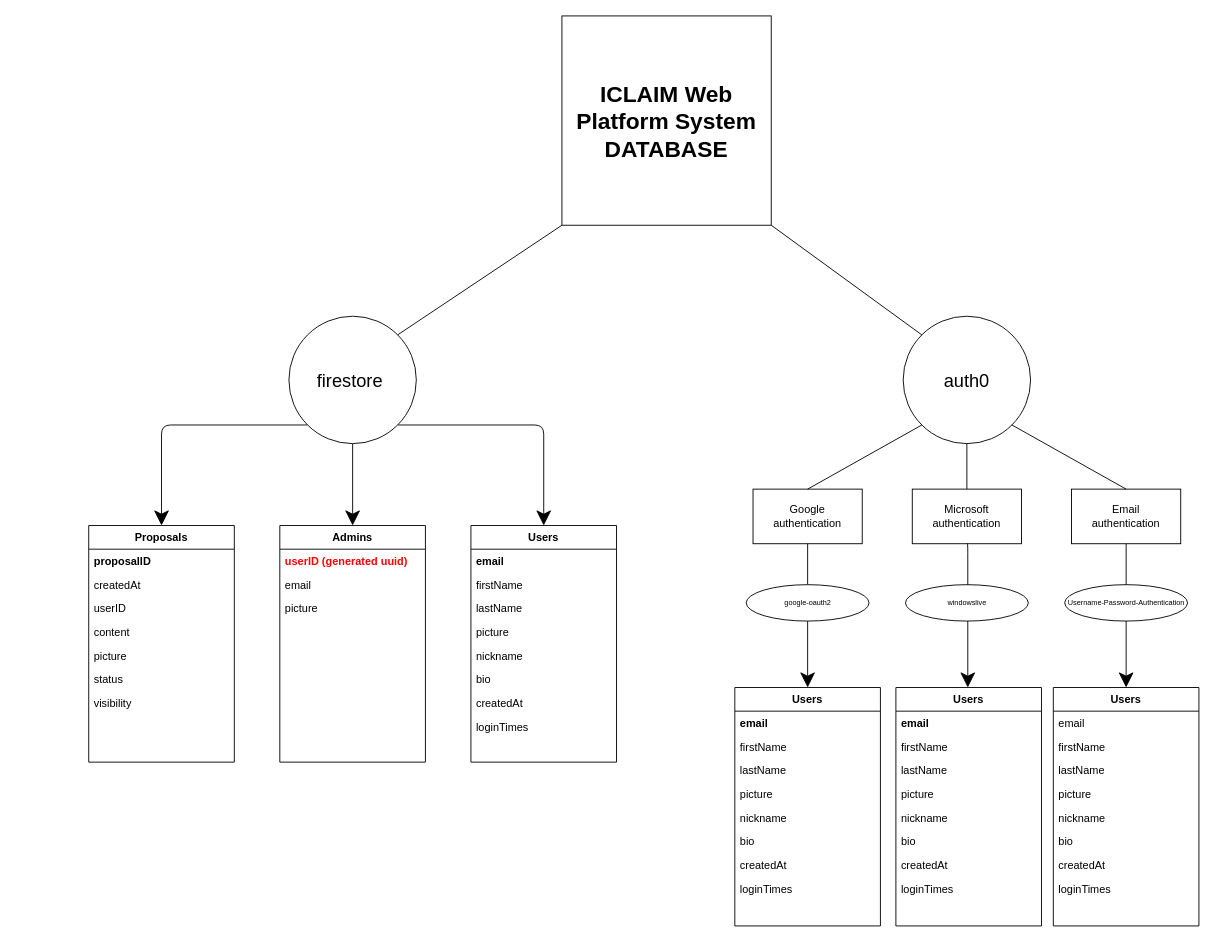
Above: iCLAIM DB.drawio in AGEORGIOU4/Social-Mediators-Network (draw.io), before the change. Source tidied: cells renumbered, new cells numbered last; positions are measured from the earlier drawing's top-left corner, leaving out a move shared by most shapes. Both pictures are drawn from the tidied source at 91%, with x=0, y=0 at pixel (88, 15).
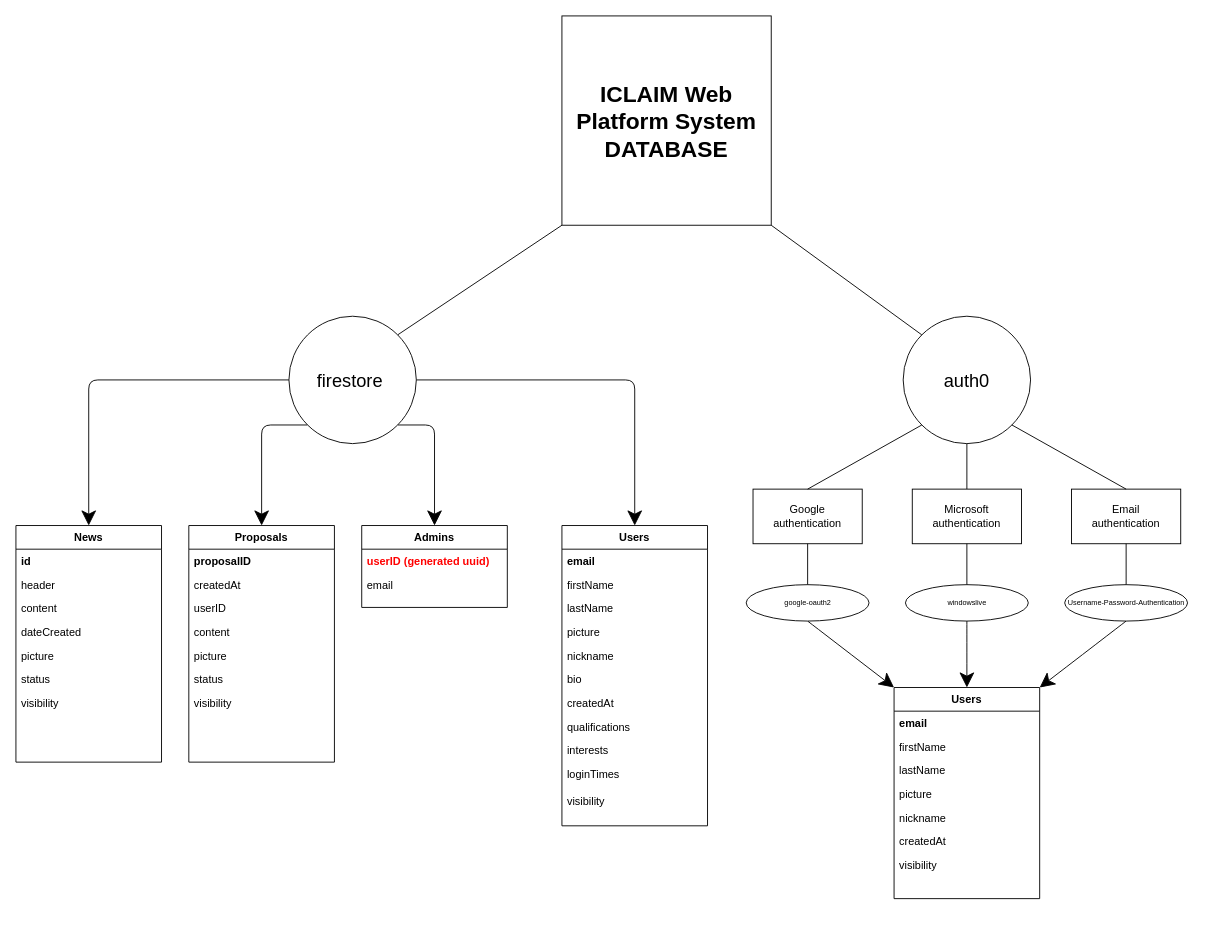
The same diagram, later.

The change refers to these unchanged cells:
```xml
<mxCell id="14" style="rounded=0;whiteSpace=wrap;html=1;hachureGap=4;fontSize=20;" parent="13" vertex="1">
  <mxGeometry width="120" height="60" as="geometry" />
</mxCell>
<mxCell id="18" style="rounded=0;whiteSpace=wrap;html=1;hachureGap=4;fontSize=20;" parent="17" vertex="1">
  <mxGeometry width="120" height="60" as="geometry" />
</mxCell>
<mxCell id="21" style="rounded=0;whiteSpace=wrap;html=1;hachureGap=4;fontSize=20;" parent="20" vertex="1">
  <mxGeometry width="120" height="60" as="geometry" />
</mxCell>
<mxCell id="30" value="firestore&amp;nbsp;" style="ellipse;whiteSpace=wrap;html=1;hachureGap=4;fontSize=20;" parent="1" vertex="1">
  <mxGeometry x="220" y="330" width="140" height="140" as="geometry" />
</mxCell>
<mxCell id="44" value="&lt;font style=&quot;font-size: 8px;&quot;&gt;Username-Password-Authentication&lt;/font&gt;" style="ellipse;whiteSpace=wrap;html=1;hachureGap=4;fontSize=8;" parent="1" vertex="1">
  <mxGeometry x="1072.5" y="625" width="135" height="40" as="geometry" />
</mxCell>
<mxCell id="45" value="&lt;font style=&quot;font-size: 8px&quot;&gt;google-oauth2&lt;/font&gt;" style="ellipse;whiteSpace=wrap;html=1;hachureGap=4;fontSize=8;" parent="1" vertex="1">
  <mxGeometry x="722.5" y="625" width="135" height="40" as="geometry" />
</mxCell>
<mxCell id="46" value="&lt;font style=&quot;font-size: 8px&quot;&gt;windowslive&lt;/font&gt;" style="ellipse;whiteSpace=wrap;html=1;hachureGap=4;fontSize=8;" parent="1" vertex="1">
  <mxGeometry x="897.5" y="625" width="135" height="40" as="geometry" />
</mxCell>
```

Change to the diagram source:
```diff
@@
-    <mxCell id="4" value="Users" style="swimlane;fontStyle=1;align=center;verticalAlign=top;horizontal=1;startSize=26;rounded=0;shadow=0;strokeWidth=1;" parent="1" vertex="1">
-      <mxGeometry x="710" y="738" width="160" height="262" as="geometry" />
-    </mxCell>
-    <mxCell id="5" value="email" style="text;align=left;verticalAlign=top;spacingLeft=4;spacingRight=4;overflow=hidden;fontStyle=1;" parent="4" vertex="1">
-      <mxGeometry y="26" width="160" height="26" as="geometry" />
-    </mxCell>
-    <mxCell id="6" value="firstName" style="text;align=left;verticalAlign=top;spacingLeft=4;spacingRight=4;overflow=hidden;rounded=0;shadow=0;html=0;" parent="4" vertex="1">
-      <mxGeometry y="52" width="160" height="26" as="geometry" />
-    </mxCell>
-    <mxCell id="7" value="lastName" style="text;align=left;verticalAlign=top;spacingLeft=4;spacingRight=4;overflow=hidden;rounded=0;shadow=0;html=0;" parent="4" vertex="1">
-      <mxGeometry y="78" width="160" height="26" as="geometry" />
-    </mxCell>
-    <mxCell id="8" value="picture" style="text;align=left;verticalAlign=top;spacingLeft=4;spacingRight=4;overflow=hidden;rounded=0;shadow=0;html=0;" parent="4" vertex="1">
-      <mxGeometry y="104" width="160" height="26" as="geometry" />
-    </mxCell>
-    <mxCell id="9" value="nickname" style="text;align=left;verticalAlign=top;spacingLeft=4;spacingRight=4;overflow=hidden;rounded=0;shadow=0;html=0;" parent="4" vertex="1">
-      <mxGeometry y="130" width="160" height="26" as="geometry" />
-    </mxCell>
-    <mxCell id="10" value="bio" style="text;align=left;verticalAlign=top;spacingLeft=4;spacingRight=4;overflow=hidden;rounded=0;shadow=0;html=0;" parent="4" vertex="1">
-      <mxGeometry y="156" width="160" height="26" as="geometry" />
-    </mxCell>
-    <mxCell id="11" value="createdAt" style="text;align=left;verticalAlign=top;spacingLeft=4;spacingRight=4;overflow=hidden;rounded=0;shadow=0;html=0;" parent="4" vertex="1">
-      <mxGeometry y="182" width="160" height="26" as="geometry" />
-    </mxCell>
-    <mxCell id="12" value="loginTimes" style="text;align=left;verticalAlign=top;spacingLeft=4;spacingRight=4;overflow=hidden;rounded=0;shadow=0;html=0;" parent="4" vertex="1">
-      <mxGeometry y="208" width="160" height="26" as="geometry" />
-    </mxCell>
@@
-    <mxCell id="27" style="edgeStyle=segmentEdgeStyle;jettySize=auto;html=1;exitX=1;exitY=1;exitDx=0;exitDy=0;entryX=0.5;entryY=0;entryDx=0;entryDy=0;fontSize=8;startSize=14;endSize=14;sourcePerimeterSpacing=8;targetPerimeterSpacing=8;" parent="1" edge="1" source="30" target="56">
+    <mxCell id="27" style="edgeStyle=segmentEdgeStyle;jettySize=auto;html=1;exitX=1;exitY=0.5;exitDx=0;exitDy=0;entryX=0.5;entryY=0;entryDx=0;entryDy=0;fontSize=8;startSize=14;endSize=14;sourcePerimeterSpacing=8;targetPerimeterSpacing=8;" parent="1" edge="1" source="30" target="56">
       <mxGeometry relative="1" as="geometry" />
     </mxCell>
-    <mxCell id="28" style="edgeStyle=segmentEdgeStyle;jettySize=auto;html=1;exitX=0.5;exitY=1;exitDx=0;exitDy=0;entryX=0.5;entryY=0;entryDx=0;entryDy=0;fontSize=8;startSize=14;endSize=14;sourcePerimeterSpacing=8;targetPerimeterSpacing=8;" parent="1" edge="1" source="30" target="65">
+    <mxCell id="28" style="edgeStyle=segmentEdgeStyle;jettySize=auto;html=1;exitX=1;exitY=1;exitDx=0;exitDy=0;entryX=0.5;entryY=0;entryDx=0;entryDy=0;fontSize=8;startSize=14;endSize=14;sourcePerimeterSpacing=8;targetPerimeterSpacing=8;" parent="1" edge="1" source="30" target="65">
       <mxGeometry relative="1" as="geometry" />
     </mxCell>
@@
+    <mxCell id="77" style="edgeStyle=segmentEdgeStyle;jettySize=auto;html=1;exitX=0;exitY=0.5;exitDx=0;exitDy=0;entryX=0.5;entryY=0;entryDx=0;entryDy=0;fontSize=8;startSize=14;endSize=14;sourcePerimeterSpacing=8;targetPerimeterSpacing=8;" parent="1" edge="1" source="30" target="88">
+      <mxGeometry relative="1" as="geometry" />
+    </mxCell>
@@
-    <mxCell id="31" style="edgeStyle=segmentEdgeStyle;jettySize=auto;html=1;exitX=0.5;exitY=1;exitDx=0;exitDy=0;entryX=0.5;entryY=0;entryDx=0;entryDy=0;fontSize=12;startSize=14;endSize=14;targetPerimeterSpacing=8;startArrow=none;" parent="1" edge="1" target="4">
-      <mxGeometry relative="1" as="geometry">
-        <mxPoint x="790" y="665" as="sourcePoint" />
-      </mxGeometry>
-    </mxCell>
-    <mxCell id="32" style="edgeStyle=segmentEdgeStyle;jettySize=auto;html=1;exitX=0.5;exitY=1;exitDx=0;exitDy=0;entryX=0.5;entryY=0;entryDx=0;entryDy=0;fontSize=12;startSize=14;endSize=14;sourcePerimeterSpacing=8;targetPerimeterSpacing=8;" parent="1" edge="1" source="18">
-      <mxGeometry relative="1" as="geometry">
-        <mxPoint x="966" y="738" as="targetPoint" />
-      </mxGeometry>
-    </mxCell>
-    <mxCell id="33" style="edgeStyle=segmentEdgeStyle;jettySize=auto;html=1;exitX=0.5;exitY=1;exitDx=0;exitDy=0;fontSize=12;startSize=14;endSize=14;sourcePerimeterSpacing=8;targetPerimeterSpacing=8;entryX=0.5;entryY=0;entryDx=0;entryDy=0;" parent="1" edge="1" source="21" target="34">
-      <mxGeometry relative="1" as="geometry" />
-    </mxCell>
-    <mxCell id="34" value="Users" style="swimlane;fontStyle=1;align=center;verticalAlign=top;horizontal=1;startSize=26;rounded=0;shadow=0;strokeWidth=1;" parent="1" vertex="1">
-      <mxGeometry x="1060" y="738" width="160" height="262" as="geometry" />
-    </mxCell>
-    <mxCell id="35" value="email" style="text;align=left;verticalAlign=top;spacingLeft=4;spacingRight=4;overflow=hidden;" parent="34" vertex="1">
-      <mxGeometry y="26" width="160" height="26" as="geometry" />
-    </mxCell>
-    <mxCell id="36" value="firstName" style="text;align=left;verticalAlign=top;spacingLeft=4;spacingRight=4;overflow=hidden;rounded=0;shadow=0;html=0;" parent="34" vertex="1">
-      <mxGeometry y="52" width="160" height="26" as="geometry" />
-    </mxCell>
-    <mxCell id="37" value="lastName" style="text;align=left;verticalAlign=top;spacingLeft=4;spacingRight=4;overflow=hidden;rounded=0;shadow=0;html=0;" parent="34" vertex="1">
-      <mxGeometry y="78" width="160" height="26" as="geometry" />
-    </mxCell>
-    <mxCell id="38" value="picture" style="text;align=left;verticalAlign=top;spacingLeft=4;spacingRight=4;overflow=hidden;rounded=0;shadow=0;html=0;" parent="34" vertex="1">
-      <mxGeometry y="104" width="160" height="26" as="geometry" />
-    </mxCell>
-    <mxCell id="39" value="nickname" style="text;align=left;verticalAlign=top;spacingLeft=4;spacingRight=4;overflow=hidden;rounded=0;shadow=0;html=0;" parent="34" vertex="1">
-      <mxGeometry y="130" width="160" height="26" as="geometry" />
-    </mxCell>
-    <mxCell id="40" value="bio" style="text;align=left;verticalAlign=top;spacingLeft=4;spacingRight=4;overflow=hidden;rounded=0;shadow=0;html=0;" parent="34" vertex="1">
-      <mxGeometry y="156" width="160" height="26" as="geometry" />
-    </mxCell>
-    <mxCell id="41" value="createdAt" style="text;align=left;verticalAlign=top;spacingLeft=4;spacingRight=4;overflow=hidden;rounded=0;shadow=0;html=0;" parent="34" vertex="1">
-      <mxGeometry y="182" width="160" height="26" as="geometry" />
-    </mxCell>
-    <mxCell id="42" value="loginTimes" style="text;align=left;verticalAlign=top;spacingLeft=4;spacingRight=4;overflow=hidden;rounded=0;shadow=0;html=0;" parent="34" vertex="1">
-      <mxGeometry y="208" width="160" height="26" as="geometry" />
-    </mxCell>
-    <mxCell id="43" style="edgeStyle=segmentEdgeStyle;jettySize=auto;html=1;exitX=0.5;exitY=1;exitDx=0;exitDy=0;entryX=0.5;entryY=0;entryDx=0;entryDy=0;fontSize=12;startSize=14;endSize=14;sourcePerimeterSpacing=8;endArrow=none;" parent="1" edge="1" source="14">
-      <mxGeometry relative="1" as="geometry">
-        <mxPoint x="790" y="625" as="targetPoint" />
-      </mxGeometry>
-    </mxCell>
+    <mxCell id="78" style="edgeStyle=none;curved=1;jettySize=auto;html=1;exitX=0.5;exitY=1;exitDx=0;exitDy=0;entryX=1;entryY=0;entryDx=0;entryDy=0;fontSize=12;startSize=14;endSize=14;sourcePerimeterSpacing=8;targetPerimeterSpacing=8;" parent="1" edge="1" source="44" target="47">
+      <mxGeometry relative="1" as="geometry" />
+    </mxCell>
@@
+    <mxCell id="79" style="edgeStyle=none;curved=1;jettySize=auto;html=1;exitX=0.5;exitY=1;exitDx=0;exitDy=0;entryX=0;entryY=0;entryDx=0;entryDy=0;fontSize=12;startSize=14;endSize=14;sourcePerimeterSpacing=8;targetPerimeterSpacing=8;" parent="1" edge="1" source="45" target="47">
+      <mxGeometry relative="1" as="geometry" />
+    </mxCell>
@@
+    <mxCell id="80" style="edgeStyle=none;curved=1;jettySize=auto;html=1;exitX=0.5;exitY=1;exitDx=0;exitDy=0;entryX=0.5;entryY=0;entryDx=0;entryDy=0;fontSize=12;startSize=14;endSize=14;sourcePerimeterSpacing=8;targetPerimeterSpacing=8;" parent="1" edge="1" source="46" target="47">
+      <mxGeometry relative="1" as="geometry" />
+    </mxCell>
@@
     <mxCell id="47" value="Users" style="swimlane;fontStyle=1;align=center;verticalAlign=top;horizontal=1;startSize=26;rounded=0;shadow=0;strokeWidth=1;" parent="1" vertex="1">
-      <mxGeometry x="887" y="738" width="160" height="262" as="geometry" />
+      <mxGeometry x="885" y="738" width="160" height="232" as="geometry" />
     </mxCell>
@@
-    <mxCell id="53" value="bio" style="text;align=left;verticalAlign=top;spacingLeft=4;spacingRight=4;overflow=hidden;rounded=0;shadow=0;html=0;" parent="47" vertex="1">
-      <mxGeometry y="156" width="160" height="26" as="geometry" />
-    </mxCell>
     <mxCell id="54" value="createdAt" style="text;align=left;verticalAlign=top;spacingLeft=4;spacingRight=4;overflow=hidden;rounded=0;shadow=0;html=0;" parent="47" vertex="1">
-      <mxGeometry y="182" width="160" height="26" as="geometry" />
+      <mxGeometry y="156" width="160" height="26" as="geometry" />
     </mxCell>
-    <mxCell id="55" value="loginTimes" style="text;align=left;verticalAlign=top;spacingLeft=4;spacingRight=4;overflow=hidden;rounded=0;shadow=0;html=0;" parent="47" vertex="1">
-      <mxGeometry y="208" width="160" height="26" as="geometry" />
-    </mxCell>
+    <mxCell id="81" value="visibility" style="text;align=left;verticalAlign=top;spacingLeft=4;spacingRight=4;overflow=hidden;rounded=0;shadow=0;html=0;" parent="47" vertex="1">
+      <mxGeometry y="182" width="160" height="26" as="geometry" />
+    </mxCell>
     <mxCell id="56" value="Users" style="swimlane;fontStyle=1;align=center;verticalAlign=top;horizontal=1;startSize=26;rounded=0;shadow=0;strokeWidth=1;" parent="1" vertex="1">
-      <mxGeometry x="420" y="560" width="160" height="260" as="geometry" />
+      <mxGeometry x="520" y="560" width="160" height="330" as="geometry" />
     </mxCell>
@@
-    <mxCell id="64" value="loginTimes" style="text;align=left;verticalAlign=top;spacingLeft=4;spacingRight=4;overflow=hidden;rounded=0;shadow=0;html=0;" parent="56" vertex="1">
+    <mxCell id="64" value="qualifications" style="text;align=left;verticalAlign=top;spacingLeft=4;spacingRight=4;overflow=hidden;rounded=0;shadow=0;html=0;" parent="56" vertex="1">
       <mxGeometry y="208" width="160" height="26" as="geometry" />
     </mxCell>
+    <mxCell id="82" value="interests" style="text;align=left;verticalAlign=top;spacingLeft=4;spacingRight=4;overflow=hidden;rounded=0;shadow=0;html=0;" parent="56" vertex="1">
+      <mxGeometry y="234" width="160" height="26" as="geometry" />
+    </mxCell>
+    <mxCell id="83" value="loginTimes" style="text;align=left;verticalAlign=top;spacingLeft=4;spacingRight=4;overflow=hidden;rounded=0;shadow=0;html=0;" parent="56" vertex="1">
+      <mxGeometry y="260" width="160" height="30" as="geometry" />
+    </mxCell>
+    <mxCell id="84" value="visibility" style="text;align=left;verticalAlign=top;spacingLeft=4;spacingRight=4;overflow=hidden;rounded=0;shadow=0;html=0;" parent="56" vertex="1">
+      <mxGeometry y="290" width="160" height="26" as="geometry" />
+    </mxCell>
     <mxCell id="65" value="Admins" style="swimlane;fontStyle=1;align=center;verticalAlign=top;horizontal=1;startSize=26;rounded=0;shadow=0;strokeWidth=1;" parent="1" vertex="1">
-      <mxGeometry x="210" y="560" width="160" height="260" as="geometry" />
+      <mxGeometry x="300" y="560" width="160" height="90" as="geometry" />
     </mxCell>
@@
-    <mxCell id="68" value="picture" style="text;align=left;verticalAlign=top;spacingLeft=4;spacingRight=4;overflow=hidden;rounded=0;shadow=0;html=0;" parent="65" vertex="1">
-      <mxGeometry y="78" width="160" height="26" as="geometry" />
-    </mxCell>
     <mxCell id="69" value="Proposals" style="swimlane;fontStyle=1;align=center;verticalAlign=top;horizontal=1;startSize=26;rounded=0;shadow=0;strokeWidth=1;" parent="1" vertex="1">
-      <mxGeometry y="560" width="160" height="260" as="geometry" />
+      <mxGeometry x="110" y="560" width="160" height="260" as="geometry" />
     </mxCell>
@@
+    <mxCell id="85" style="edgeStyle=none;jettySize=auto;html=1;exitX=0.5;exitY=1;exitDx=0;exitDy=0;entryX=0.5;entryY=0;entryDx=0;entryDy=0;fontSize=12;endArrow=none;startSize=14;endSize=14;sourcePerimeterSpacing=8;targetPerimeterSpacing=8;" parent="1" edge="1" source="14" target="45">
+      <mxGeometry relative="1" as="geometry" />
+    </mxCell>
+    <mxCell id="86" style="edgeStyle=none;jettySize=auto;html=1;exitX=0.5;exitY=1;exitDx=0;exitDy=0;entryX=0.5;entryY=0;entryDx=0;entryDy=0;fontSize=12;endArrow=none;startSize=14;endSize=14;sourcePerimeterSpacing=8;targetPerimeterSpacing=8;" parent="1" edge="1" source="18" target="46">
+      <mxGeometry relative="1" as="geometry" />
+    </mxCell>
+    <mxCell id="87" style="edgeStyle=none;jettySize=auto;html=1;exitX=0.5;exitY=1;exitDx=0;exitDy=0;entryX=0.5;entryY=0;entryDx=0;entryDy=0;fontSize=12;endArrow=none;startSize=14;endSize=14;sourcePerimeterSpacing=8;targetPerimeterSpacing=8;" parent="1" edge="1" source="21" target="44">
+      <mxGeometry relative="1" as="geometry" />
+    </mxCell>
+    <mxCell id="88" value="News" style="swimlane;fontStyle=1;align=center;verticalAlign=top;horizontal=1;startSize=26;rounded=0;shadow=0;strokeWidth=1;" parent="1" vertex="1">
+      <mxGeometry x="-80" y="560" width="160" height="260" as="geometry" />
+    </mxCell>
+    <mxCell id="89" value="id" style="text;align=left;verticalAlign=top;spacingLeft=4;spacingRight=4;overflow=hidden;rounded=0;shadow=0;html=0;fontStyle=1;" parent="88" vertex="1">
+      <mxGeometry y="26" width="160" height="26" as="geometry" />
+    </mxCell>
+    <mxCell id="90" value="header" style="text;align=left;verticalAlign=top;spacingLeft=4;spacingRight=4;overflow=hidden;rounded=0;shadow=0;html=0;" parent="88" vertex="1">
+      <mxGeometry y="52" width="160" height="26" as="geometry" />
+    </mxCell>
+    <mxCell id="91" value="content" style="text;align=left;verticalAlign=top;spacingLeft=4;spacingRight=4;overflow=hidden;" parent="88" vertex="1">
+      <mxGeometry y="78" width="160" height="26" as="geometry" />
+    </mxCell>
+    <mxCell id="92" value="dateCreated" style="text;align=left;verticalAlign=top;spacingLeft=4;spacingRight=4;overflow=hidden;rounded=0;shadow=0;html=0;" parent="88" vertex="1">
+      <mxGeometry y="104" width="160" height="26" as="geometry" />
+    </mxCell>
+    <mxCell id="93" value="picture" style="text;align=left;verticalAlign=top;spacingLeft=4;spacingRight=4;overflow=hidden;rounded=0;shadow=0;html=0;" parent="88" vertex="1">
+      <mxGeometry y="130" width="160" height="26" as="geometry" />
+    </mxCell>
+    <mxCell id="94" value="status" style="text;align=left;verticalAlign=top;spacingLeft=4;spacingRight=4;overflow=hidden;rounded=0;shadow=0;html=0;" parent="88" vertex="1">
+      <mxGeometry y="156" width="160" height="26" as="geometry" />
+    </mxCell>
+    <mxCell id="95" value="visibility" style="text;align=left;verticalAlign=top;spacingLeft=4;spacingRight=4;overflow=hidden;rounded=0;shadow=0;html=0;" parent="88" vertex="1">
+      <mxGeometry y="182" width="160" height="26" as="geometry" />
+    </mxCell>
```
